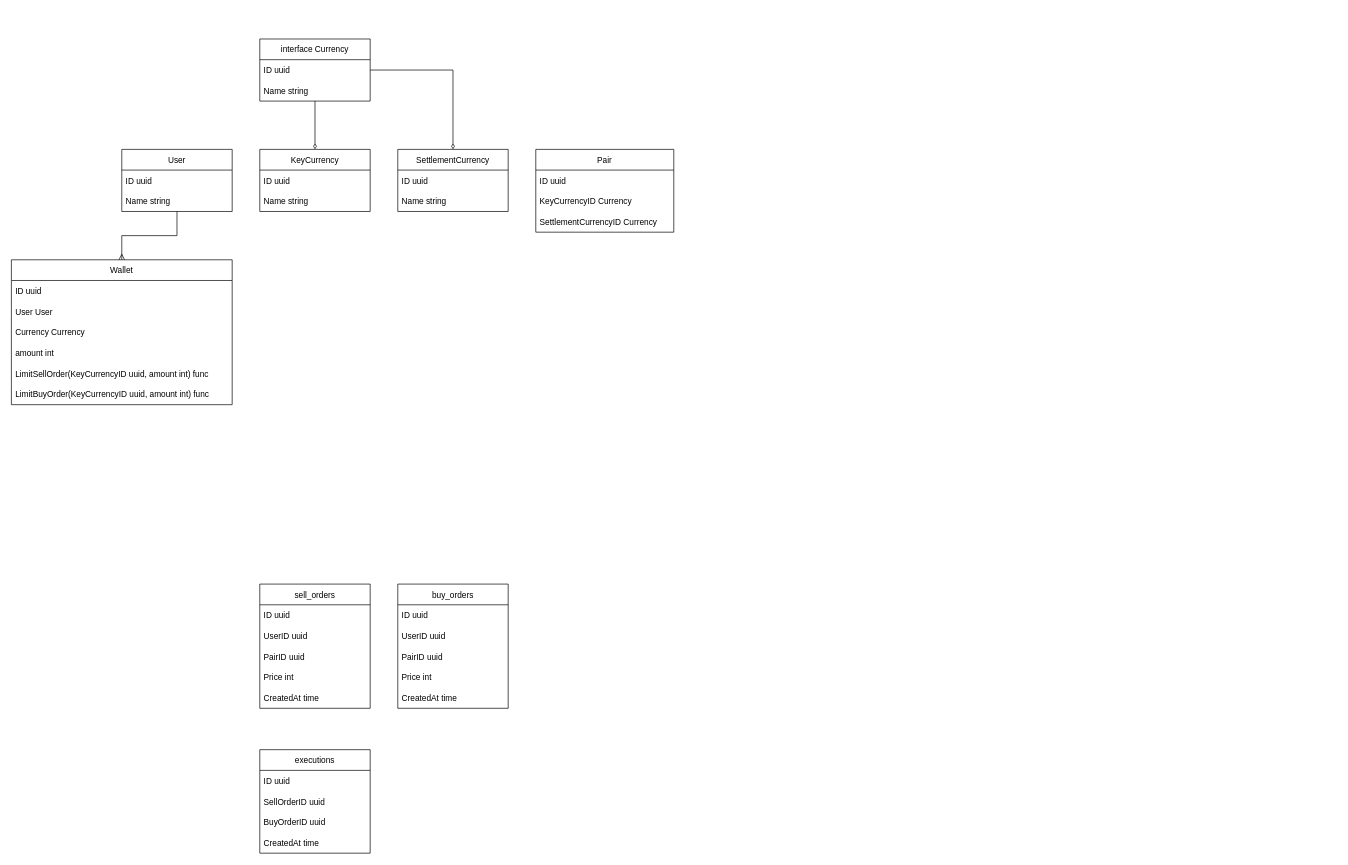
Above: entity.drawio in tacktttt/exchange (draw.io), before the change. Source tidied: cells renumbered, new cells numbered last; positions are measured from the earlier drawing's top-left corner, leaving out a move shared by most shapes. Both pictures are drawn from the tidied source at 69%, with x=0, y=0 at pixel (11, 39).
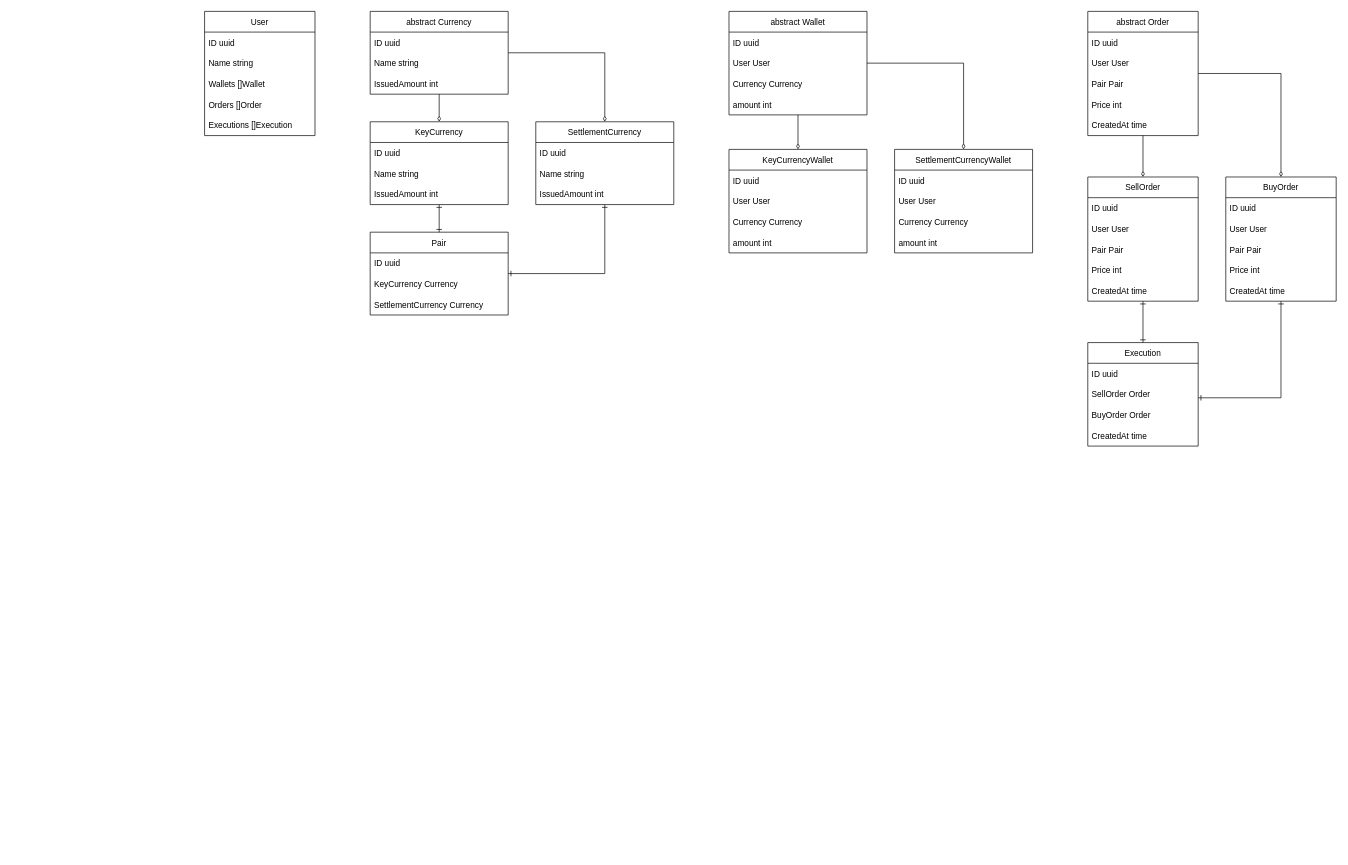
The same page after the edit.

Change to the diagram source:
```diff
@@
+    <mxCell id="45" style="edgeStyle=orthogonalEdgeStyle;rounded=0;jettySize=auto;html=1;entryX=0.5;entryY=0;entryDx=0;entryDy=0;endArrow=diamondThin;endFill=0;" parent="1" edge="1" source="2" target="55">
+      <mxGeometry relative="1" as="geometry" />
+    </mxCell>
+    <mxCell id="46" style="edgeStyle=orthogonalEdgeStyle;rounded=0;jettySize=auto;html=1;entryX=0.5;entryY=0;entryDx=0;entryDy=0;endArrow=diamondThin;endFill=0;" parent="1" edge="1" source="2" target="60">
+      <mxGeometry relative="1" as="geometry" />
+    </mxCell>
-    <mxCell id="2" value="Wallet" style="swimlane;fontStyle=0;horizontal=1;startSize=30;" parent="1" vertex="1">
-      <mxGeometry y="320" width="320" height="210" as="geometry" />
+    <mxCell id="2" value="abstract Wallet" style="swimlane;fontStyle=0;horizontal=1;startSize=30;" parent="1" vertex="1">
+      <mxGeometry x="1040" y="-40" width="200" height="150" as="geometry" />
     </mxCell>
     <mxCell id="3" value="ID uuid" style="text;strokeColor=none;fillColor=none;align=left;verticalAlign=middle;spacingLeft=4;spacingRight=4;overflow=hidden;" parent="2" vertex="1">
-      <mxGeometry y="30" width="320" height="30" as="geometry" />
+      <mxGeometry y="30" width="200" height="30" as="geometry" />
     </mxCell>
     <mxCell id="4" value="User User" style="text;strokeColor=none;fillColor=none;align=left;verticalAlign=middle;spacingLeft=4;spacingRight=4;overflow=hidden;" parent="2" vertex="1">
-      <mxGeometry y="60" width="320" height="30" as="geometry" />
+      <mxGeometry y="60" width="200" height="30" as="geometry" />
     </mxCell>
     <mxCell id="5" value="Currency Currency" style="text;strokeColor=none;fillColor=none;align=left;verticalAlign=middle;spacingLeft=4;spacingRight=4;overflow=hidden;" parent="2" vertex="1">
-      <mxGeometry y="90" width="320" height="30" as="geometry" />
+      <mxGeometry y="90" width="200" height="30" as="geometry" />
     </mxCell>
     <mxCell id="6" value="amount int" style="text;strokeColor=none;fillColor=none;align=left;verticalAlign=middle;spacingLeft=4;spacingRight=4;overflow=hidden;" parent="2" vertex="1">
-      <mxGeometry y="120" width="320" height="30" as="geometry" />
+      <mxGeometry y="120" width="200" height="30" as="geometry" />
     </mxCell>
-    <mxCell id="7" value="LimitSellOrder(KeyCurrencyID uuid, amount int) func" style="text;strokeColor=none;fillColor=none;align=left;verticalAlign=middle;spacingLeft=4;spacingRight=4;overflow=hidden;" parent="2" vertex="1">
-      <mxGeometry y="150" width="320" height="30" as="geometry" />
-    </mxCell>
-    <mxCell id="8" value="LimitBuyOrder(KeyCurrencyID uuid, amount int) func" style="text;strokeColor=none;fillColor=none;align=left;verticalAlign=middle;spacingLeft=4;spacingRight=4;overflow=hidden;" parent="2" vertex="1">
-      <mxGeometry y="180" width="320" height="30" as="geometry" />
-    </mxCell>
-    <mxCell id="9" value="buy_orders" style="swimlane;fontStyle=0;horizontal=1;startSize=30;" parent="1" vertex="1">
-      <mxGeometry x="560" y="790" width="160" height="180" as="geometry" />
-    </mxCell>
-    <mxCell id="10" value="ID uuid" style="text;strokeColor=none;fillColor=none;align=left;verticalAlign=middle;spacingLeft=4;spacingRight=4;overflow=hidden;" parent="9" vertex="1">
-      <mxGeometry y="30" width="160" height="30" as="geometry" />
-    </mxCell>
-    <mxCell id="11" value="UserID uuid" style="text;strokeColor=none;fillColor=none;align=left;verticalAlign=middle;spacingLeft=4;spacingRight=4;overflow=hidden;" parent="9" vertex="1">
-      <mxGeometry y="60" width="160" height="30" as="geometry" />
-    </mxCell>
-    <mxCell id="12" value="PairID uuid" style="text;strokeColor=none;fillColor=none;align=left;verticalAlign=middle;spacingLeft=4;spacingRight=4;overflow=hidden;" parent="9" vertex="1">
-      <mxGeometry y="90" width="160" height="30" as="geometry" />
-    </mxCell>
-    <mxCell id="13" value="Price int" style="text;strokeColor=none;fillColor=none;align=left;verticalAlign=middle;spacingLeft=4;spacingRight=4;overflow=hidden;" parent="9" vertex="1">
-      <mxGeometry y="120" width="160" height="30" as="geometry" />
-    </mxCell>
-    <mxCell id="14" value="CreatedAt time" style="text;strokeColor=none;fillColor=none;align=left;verticalAlign=middle;spacingLeft=4;spacingRight=4;overflow=hidden;" parent="9" vertex="1">
-      <mxGeometry y="150" width="160" height="30" as="geometry" />
-    </mxCell>
-    <mxCell id="15" style="edgeStyle=orthogonalEdgeStyle;rounded=0;jettySize=auto;html=1;entryX=0.5;entryY=0;entryDx=0;entryDy=0;endArrow=ERmany;endFill=0;" parent="1" edge="1" source="16" target="2">
-      <mxGeometry relative="1" as="geometry" />
-    </mxCell>
     <mxCell id="16" value="User" style="swimlane;fontStyle=0;horizontal=1;startSize=30;" parent="1" vertex="1">
-      <mxGeometry x="160" y="160" width="160" height="90" as="geometry" />
+      <mxGeometry x="280" y="-40" width="160" height="180" as="geometry" />
     </mxCell>
@@
+    <mxCell id="47" value="Wallets []Wallet" style="text;strokeColor=none;fillColor=none;align=left;verticalAlign=middle;spacingLeft=4;spacingRight=4;overflow=hidden;" parent="16" vertex="1">
+      <mxGeometry y="90" width="160" height="30" as="geometry" />
+    </mxCell>
+    <mxCell id="48" value="Orders []Order" style="text;strokeColor=none;fillColor=none;align=left;verticalAlign=middle;spacingLeft=4;spacingRight=4;overflow=hidden;" parent="16" vertex="1">
+      <mxGeometry y="120" width="160" height="30" as="geometry" />
+    </mxCell>
+    <mxCell id="49" value="Executions []Execution" style="text;strokeColor=none;fillColor=none;align=left;verticalAlign=middle;spacingLeft=4;spacingRight=4;overflow=hidden;" parent="16" vertex="1">
+      <mxGeometry y="150" width="160" height="30" as="geometry" />
+    </mxCell>
     <mxCell id="19" value="Pair" style="swimlane;fontStyle=0;horizontal=1;startSize=30;" parent="1" vertex="1">
-      <mxGeometry x="760" y="160" width="200" height="120" as="geometry" />
+      <mxGeometry x="520" y="280" width="200" height="120" as="geometry" />
     </mxCell>
@@
-    <mxCell id="21" value="KeyCurrencyID Currency" style="text;strokeColor=none;fillColor=none;align=left;verticalAlign=middle;spacingLeft=4;spacingRight=4;overflow=hidden;" parent="19" vertex="1">
+    <mxCell id="21" value="KeyCurrency Currency" style="text;strokeColor=none;fillColor=none;align=left;verticalAlign=middle;spacingLeft=4;spacingRight=4;overflow=hidden;" parent="19" vertex="1">
       <mxGeometry y="60" width="200" height="30" as="geometry" />
     </mxCell>
-    <mxCell id="22" value="SettlementCurrencyID Currency" style="text;strokeColor=none;fillColor=none;align=left;verticalAlign=middle;spacingLeft=4;spacingRight=4;overflow=hidden;" parent="19" vertex="1">
+    <mxCell id="22" value="SettlementCurrency Currency" style="text;strokeColor=none;fillColor=none;align=left;verticalAlign=middle;spacingLeft=4;spacingRight=4;overflow=hidden;" parent="19" vertex="1">
       <mxGeometry y="90" width="200" height="30" as="geometry" />
     </mxCell>
-    <mxCell id="23" value="executions" style="swimlane;fontStyle=0;horizontal=1;startSize=30;" parent="1" vertex="1">
-      <mxGeometry x="360" y="1030" width="160" height="150" as="geometry" />
+    <mxCell id="23" value="Execution" style="swimlane;fontStyle=0;horizontal=1;startSize=30;" parent="1" vertex="1">
+      <mxGeometry x="1560" y="440" width="160" height="150" as="geometry" />
     </mxCell>
@@
-    <mxCell id="25" value="SellOrderID uuid" style="text;strokeColor=none;fillColor=none;align=left;verticalAlign=middle;spacingLeft=4;spacingRight=4;overflow=hidden;" parent="23" vertex="1">
+    <mxCell id="25" value="SellOrder Order" style="text;strokeColor=none;fillColor=none;align=left;verticalAlign=middle;spacingLeft=4;spacingRight=4;overflow=hidden;" parent="23" vertex="1">
       <mxGeometry y="60" width="160" height="30" as="geometry" />
     </mxCell>
-    <mxCell id="26" value="BuyOrderID uuid" style="text;strokeColor=none;fillColor=none;align=left;verticalAlign=middle;spacingLeft=4;spacingRight=4;overflow=hidden;" parent="23" vertex="1">
+    <mxCell id="26" value="BuyOrder Order" style="text;strokeColor=none;fillColor=none;align=left;verticalAlign=middle;spacingLeft=4;spacingRight=4;overflow=hidden;" parent="23" vertex="1">
       <mxGeometry y="90" width="160" height="30" as="geometry" />
     </mxCell>
@@
-    <mxCell id="28" value="sell_orders" style="swimlane;fontStyle=0;horizontal=1;startSize=30;" parent="1" vertex="1">
-      <mxGeometry x="360" y="790" width="160" height="180" as="geometry" />
-    </mxCell>
-    <mxCell id="29" value="ID uuid" style="text;strokeColor=none;fillColor=none;align=left;verticalAlign=middle;spacingLeft=4;spacingRight=4;overflow=hidden;" parent="28" vertex="1">
-      <mxGeometry y="30" width="160" height="30" as="geometry" />
-    </mxCell>
-    <mxCell id="30" value="UserID uuid" style="text;strokeColor=none;fillColor=none;align=left;verticalAlign=middle;spacingLeft=4;spacingRight=4;overflow=hidden;" parent="28" vertex="1">
-      <mxGeometry y="60" width="160" height="30" as="geometry" />
-    </mxCell>
-    <mxCell id="31" value="PairID uuid" style="text;strokeColor=none;fillColor=none;align=left;verticalAlign=middle;spacingLeft=4;spacingRight=4;overflow=hidden;" parent="28" vertex="1">
-      <mxGeometry y="90" width="160" height="30" as="geometry" />
-    </mxCell>
-    <mxCell id="32" value="Price int" style="text;strokeColor=none;fillColor=none;align=left;verticalAlign=middle;spacingLeft=4;spacingRight=4;overflow=hidden;" parent="28" vertex="1">
-      <mxGeometry y="120" width="160" height="30" as="geometry" />
-    </mxCell>
-    <mxCell id="33" value="CreatedAt time" style="text;strokeColor=none;fillColor=none;align=left;verticalAlign=middle;spacingLeft=4;spacingRight=4;overflow=hidden;" parent="28" vertex="1">
-      <mxGeometry y="150" width="160" height="30" as="geometry" />
-    </mxCell>
+    <mxCell id="50" style="edgeStyle=orthogonalEdgeStyle;rounded=0;jettySize=auto;html=1;startArrow=ERone;startFill=0;endArrow=ERone;endFill=0;" parent="1" edge="1" source="34" target="19">
+      <mxGeometry relative="1" as="geometry" />
+    </mxCell>
     <mxCell id="34" value="KeyCurrency" style="swimlane;fontStyle=0;horizontal=1;startSize=30;" parent="1" vertex="1">
-      <mxGeometry x="360" y="160" width="160" height="90" as="geometry" />
+      <mxGeometry x="520" y="120" width="200" height="120" as="geometry" />
     </mxCell>
     <mxCell id="35" value="ID uuid" style="text;strokeColor=none;fillColor=none;align=left;verticalAlign=middle;spacingLeft=4;spacingRight=4;overflow=hidden;" parent="34" vertex="1">
-      <mxGeometry y="30" width="160" height="30" as="geometry" />
+      <mxGeometry y="30" width="200" height="30" as="geometry" />
     </mxCell>
     <mxCell id="36" value="Name string" style="text;strokeColor=none;fillColor=none;align=left;verticalAlign=middle;spacingLeft=4;spacingRight=4;overflow=hidden;" parent="34" vertex="1">
-      <mxGeometry y="60" width="160" height="30" as="geometry" />
+      <mxGeometry y="60" width="200" height="30" as="geometry" />
     </mxCell>
+    <mxCell id="51" value="IssuedAmount int" style="text;strokeColor=none;fillColor=none;align=left;verticalAlign=middle;spacingLeft=4;spacingRight=4;overflow=hidden;" parent="34" vertex="1">
+      <mxGeometry y="90" width="200" height="30" as="geometry" />
+    </mxCell>
+    <mxCell id="52" style="edgeStyle=orthogonalEdgeStyle;rounded=0;jettySize=auto;html=1;startArrow=ERone;startFill=0;endArrow=ERone;endFill=0;" parent="1" edge="1" source="37" target="19">
+      <mxGeometry relative="1" as="geometry">
+        <Array as="points">
+          <mxPoint x="860" y="340" />
+        </Array>
+      </mxGeometry>
+    </mxCell>
     <mxCell id="37" value="SettlementCurrency" style="swimlane;fontStyle=0;horizontal=1;startSize=30;" parent="1" vertex="1">
-      <mxGeometry x="560" y="160" width="160" height="90" as="geometry" />
+      <mxGeometry x="760" y="120" width="200" height="120" as="geometry" />
     </mxCell>
     <mxCell id="38" value="ID uuid" style="text;strokeColor=none;fillColor=none;align=left;verticalAlign=middle;spacingLeft=4;spacingRight=4;overflow=hidden;" parent="37" vertex="1">
-      <mxGeometry y="30" width="160" height="30" as="geometry" />
+      <mxGeometry y="30" width="200" height="30" as="geometry" />
     </mxCell>
     <mxCell id="39" value="Name string" style="text;strokeColor=none;fillColor=none;align=left;verticalAlign=middle;spacingLeft=4;spacingRight=4;overflow=hidden;" parent="37" vertex="1">
-      <mxGeometry y="60" width="160" height="30" as="geometry" />
+      <mxGeometry y="60" width="200" height="30" as="geometry" />
     </mxCell>
+    <mxCell id="53" value="IssuedAmount int" style="text;strokeColor=none;fillColor=none;align=left;verticalAlign=middle;spacingLeft=4;spacingRight=4;overflow=hidden;" parent="37" vertex="1">
+      <mxGeometry y="90" width="200" height="30" as="geometry" />
+    </mxCell>
@@
-    <mxCell id="42" value="interface Currency" style="swimlane;fontStyle=0;horizontal=1;startSize=30;" parent="1" vertex="1">
-      <mxGeometry x="360" width="160" height="90" as="geometry" />
+    <mxCell id="42" value="abstract Currency" style="swimlane;fontStyle=0;horizontal=1;startSize=30;" parent="1" vertex="1">
+      <mxGeometry x="520" y="-40" width="200" height="120" as="geometry" />
     </mxCell>
     <mxCell id="43" value="ID uuid" style="text;strokeColor=none;fillColor=none;align=left;verticalAlign=middle;spacingLeft=4;spacingRight=4;overflow=hidden;" parent="42" vertex="1">
-      <mxGeometry y="30" width="160" height="30" as="geometry" />
+      <mxGeometry y="30" width="200" height="30" as="geometry" />
     </mxCell>
     <mxCell id="44" value="Name string" style="text;strokeColor=none;fillColor=none;align=left;verticalAlign=middle;spacingLeft=4;spacingRight=4;overflow=hidden;" parent="42" vertex="1">
-      <mxGeometry y="60" width="160" height="30" as="geometry" />
+      <mxGeometry y="60" width="200" height="30" as="geometry" />
     </mxCell>
+    <mxCell id="54" value="IssuedAmount int" style="text;strokeColor=none;fillColor=none;align=left;verticalAlign=middle;spacingLeft=4;spacingRight=4;overflow=hidden;" parent="42" vertex="1">
+      <mxGeometry y="90" width="200" height="30" as="geometry" />
+    </mxCell>
+    <mxCell id="55" value="KeyCurrencyWallet" style="swimlane;fontStyle=0;horizontal=1;startSize=30;" parent="1" vertex="1">
+      <mxGeometry x="1040" y="160" width="200" height="150" as="geometry" />
+    </mxCell>
+    <mxCell id="56" value="ID uuid" style="text;strokeColor=none;fillColor=none;align=left;verticalAlign=middle;spacingLeft=4;spacingRight=4;overflow=hidden;" parent="55" vertex="1">
+      <mxGeometry y="30" width="200" height="30" as="geometry" />
+    </mxCell>
+    <mxCell id="57" value="User User" style="text;strokeColor=none;fillColor=none;align=left;verticalAlign=middle;spacingLeft=4;spacingRight=4;overflow=hidden;" parent="55" vertex="1">
+      <mxGeometry y="60" width="200" height="30" as="geometry" />
+    </mxCell>
+    <mxCell id="58" value="Currency Currency" style="text;strokeColor=none;fillColor=none;align=left;verticalAlign=middle;spacingLeft=4;spacingRight=4;overflow=hidden;" parent="55" vertex="1">
+      <mxGeometry y="90" width="200" height="30" as="geometry" />
+    </mxCell>
+    <mxCell id="59" value="amount int" style="text;strokeColor=none;fillColor=none;align=left;verticalAlign=middle;spacingLeft=4;spacingRight=4;overflow=hidden;" parent="55" vertex="1">
+      <mxGeometry y="120" width="200" height="30" as="geometry" />
+    </mxCell>
+    <mxCell id="60" value="SettlementCurrencyWallet" style="swimlane;fontStyle=0;horizontal=1;startSize=30;" parent="1" vertex="1">
+      <mxGeometry x="1280" y="160" width="200" height="150" as="geometry" />
+    </mxCell>
+    <mxCell id="61" value="ID uuid" style="text;strokeColor=none;fillColor=none;align=left;verticalAlign=middle;spacingLeft=4;spacingRight=4;overflow=hidden;" parent="60" vertex="1">
+      <mxGeometry y="30" width="200" height="30" as="geometry" />
+    </mxCell>
+    <mxCell id="62" value="User User" style="text;strokeColor=none;fillColor=none;align=left;verticalAlign=middle;spacingLeft=4;spacingRight=4;overflow=hidden;" parent="60" vertex="1">
+      <mxGeometry y="60" width="200" height="30" as="geometry" />
+    </mxCell>
+    <mxCell id="63" value="Currency Currency" style="text;strokeColor=none;fillColor=none;align=left;verticalAlign=middle;spacingLeft=4;spacingRight=4;overflow=hidden;" parent="60" vertex="1">
+      <mxGeometry y="90" width="200" height="30" as="geometry" />
+    </mxCell>
+    <mxCell id="64" value="amount int" style="text;strokeColor=none;fillColor=none;align=left;verticalAlign=middle;spacingLeft=4;spacingRight=4;overflow=hidden;" parent="60" vertex="1">
+      <mxGeometry y="120" width="200" height="30" as="geometry" />
+    </mxCell>
+    <mxCell id="65" style="edgeStyle=orthogonalEdgeStyle;rounded=0;jettySize=auto;html=1;entryX=0.5;entryY=0;entryDx=0;entryDy=0;endArrow=diamondThin;endFill=0;" parent="1" edge="1" source="67" target="74">
+      <mxGeometry relative="1" as="geometry" />
+    </mxCell>
+    <mxCell id="66" style="edgeStyle=orthogonalEdgeStyle;rounded=0;jettySize=auto;html=1;entryX=0.5;entryY=0;entryDx=0;entryDy=0;endArrow=diamondThin;endFill=0;" parent="1" edge="1" source="67" target="81">
+      <mxGeometry relative="1" as="geometry" />
+    </mxCell>
+    <mxCell id="67" value="abstract Order" style="swimlane;fontStyle=0;horizontal=1;startSize=30;" parent="1" vertex="1">
+      <mxGeometry x="1560" y="-40" width="160" height="180" as="geometry" />
+    </mxCell>
+    <mxCell id="68" value="ID uuid" style="text;strokeColor=none;fillColor=none;align=left;verticalAlign=middle;spacingLeft=4;spacingRight=4;overflow=hidden;" parent="67" vertex="1">
+      <mxGeometry y="30" width="160" height="30" as="geometry" />
+    </mxCell>
+    <mxCell id="69" value="User User" style="text;strokeColor=none;fillColor=none;align=left;verticalAlign=middle;spacingLeft=4;spacingRight=4;overflow=hidden;" parent="67" vertex="1">
+      <mxGeometry y="60" width="160" height="30" as="geometry" />
+    </mxCell>
+    <mxCell id="70" value="Pair Pair" style="text;strokeColor=none;fillColor=none;align=left;verticalAlign=middle;spacingLeft=4;spacingRight=4;overflow=hidden;" parent="67" vertex="1">
+      <mxGeometry y="90" width="160" height="30" as="geometry" />
+    </mxCell>
+    <mxCell id="71" value="Price int" style="text;strokeColor=none;fillColor=none;align=left;verticalAlign=middle;spacingLeft=4;spacingRight=4;overflow=hidden;" parent="67" vertex="1">
+      <mxGeometry y="120" width="160" height="30" as="geometry" />
+    </mxCell>
+    <mxCell id="72" value="CreatedAt time" style="text;strokeColor=none;fillColor=none;align=left;verticalAlign=middle;spacingLeft=4;spacingRight=4;overflow=hidden;" parent="67" vertex="1">
+      <mxGeometry y="150" width="160" height="30" as="geometry" />
+    </mxCell>
+    <mxCell id="73" style="edgeStyle=orthogonalEdgeStyle;rounded=0;jettySize=auto;html=1;entryX=0.5;entryY=0;entryDx=0;entryDy=0;startArrow=ERone;startFill=0;endArrow=ERone;endFill=0;" parent="1" edge="1" source="74" target="23">
+      <mxGeometry relative="1" as="geometry" />
+    </mxCell>
+    <mxCell id="74" value="SellOrder" style="swimlane;fontStyle=0;horizontal=1;startSize=30;" parent="1" vertex="1">
+      <mxGeometry x="1560" y="200" width="160" height="180" as="geometry" />
+    </mxCell>
+    <mxCell id="75" value="ID uuid" style="text;strokeColor=none;fillColor=none;align=left;verticalAlign=middle;spacingLeft=4;spacingRight=4;overflow=hidden;" parent="74" vertex="1">
+      <mxGeometry y="30" width="160" height="30" as="geometry" />
+    </mxCell>
+    <mxCell id="76" value="User User" style="text;strokeColor=none;fillColor=none;align=left;verticalAlign=middle;spacingLeft=4;spacingRight=4;overflow=hidden;" parent="74" vertex="1">
+      <mxGeometry y="60" width="160" height="30" as="geometry" />
+    </mxCell>
+    <mxCell id="77" value="Pair Pair" style="text;strokeColor=none;fillColor=none;align=left;verticalAlign=middle;spacingLeft=4;spacingRight=4;overflow=hidden;" parent="74" vertex="1">
+      <mxGeometry y="90" width="160" height="30" as="geometry" />
+    </mxCell>
+    <mxCell id="78" value="Price int" style="text;strokeColor=none;fillColor=none;align=left;verticalAlign=middle;spacingLeft=4;spacingRight=4;overflow=hidden;" parent="74" vertex="1">
+      <mxGeometry y="120" width="160" height="30" as="geometry" />
+    </mxCell>
+    <mxCell id="79" value="CreatedAt time" style="text;strokeColor=none;fillColor=none;align=left;verticalAlign=middle;spacingLeft=4;spacingRight=4;overflow=hidden;" parent="74" vertex="1">
+      <mxGeometry y="150" width="160" height="30" as="geometry" />
+    </mxCell>
+    <mxCell id="80" style="edgeStyle=orthogonalEdgeStyle;rounded=0;jettySize=auto;html=1;endArrow=ERone;endFill=0;startArrow=ERone;startFill=0;" parent="1" edge="1" source="81" target="23">
+      <mxGeometry relative="1" as="geometry">
+        <Array as="points">
+          <mxPoint x="1840" y="520" />
+        </Array>
+      </mxGeometry>
+    </mxCell>
+    <mxCell id="81" value="BuyOrder" style="swimlane;fontStyle=0;horizontal=1;startSize=30;" parent="1" vertex="1">
+      <mxGeometry x="1760" y="200" width="160" height="180" as="geometry" />
+    </mxCell>
+    <mxCell id="82" value="ID uuid" style="text;strokeColor=none;fillColor=none;align=left;verticalAlign=middle;spacingLeft=4;spacingRight=4;overflow=hidden;" parent="81" vertex="1">
+      <mxGeometry y="30" width="160" height="30" as="geometry" />
+    </mxCell>
+    <mxCell id="83" value="User User" style="text;strokeColor=none;fillColor=none;align=left;verticalAlign=middle;spacingLeft=4;spacingRight=4;overflow=hidden;" parent="81" vertex="1">
+      <mxGeometry y="60" width="160" height="30" as="geometry" />
+    </mxCell>
+    <mxCell id="84" value="Pair Pair" style="text;strokeColor=none;fillColor=none;align=left;verticalAlign=middle;spacingLeft=4;spacingRight=4;overflow=hidden;" parent="81" vertex="1">
+      <mxGeometry y="90" width="160" height="30" as="geometry" />
+    </mxCell>
+    <mxCell id="85" value="Price int" style="text;strokeColor=none;fillColor=none;align=left;verticalAlign=middle;spacingLeft=4;spacingRight=4;overflow=hidden;" parent="81" vertex="1">
+      <mxGeometry y="120" width="160" height="30" as="geometry" />
+    </mxCell>
+    <mxCell id="86" value="CreatedAt time" style="text;strokeColor=none;fillColor=none;align=left;verticalAlign=middle;spacingLeft=4;spacingRight=4;overflow=hidden;" parent="81" vertex="1">
+      <mxGeometry y="150" width="160" height="30" as="geometry" />
+    </mxCell>
```
